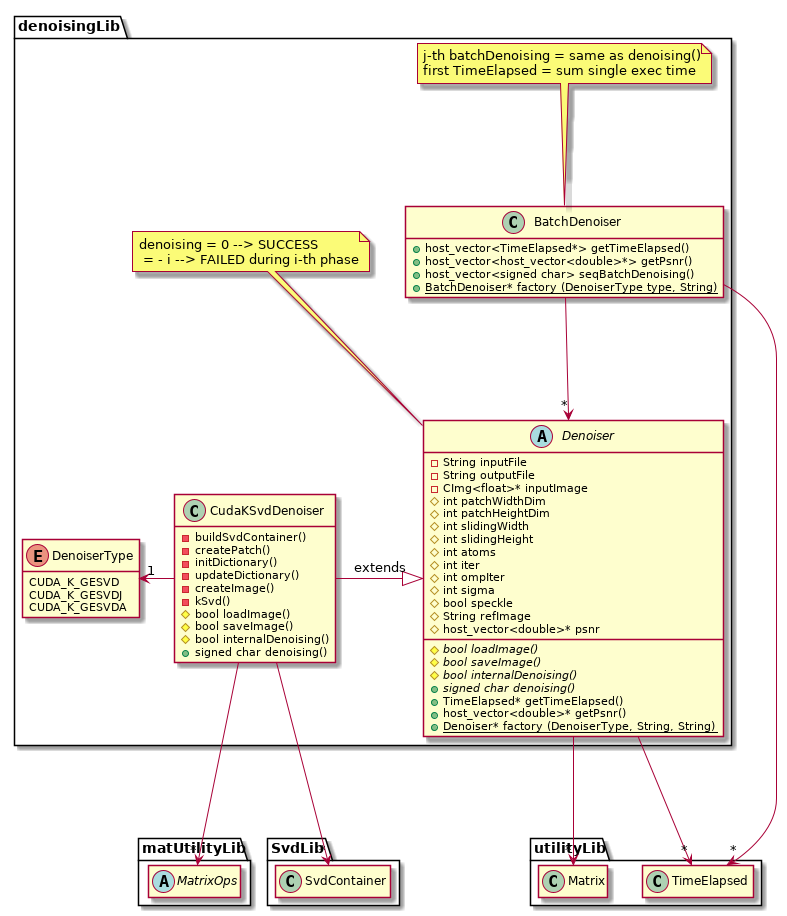
Earlier version of the PlantUML export uml/out/uml/src/DenoisingDiagram.png (newfla/CUDA-K-SVD-Denoising). Its diagram source:
```plantuml
@startuml DenoisingDiagram

package denoisingLib{

    enum DenoiserType{
            CUDA_K_GESVD
            CUDA_K_GESVDJ
            CUDA_K_GESVDA
    }

    abstract class Denoiser{
        - String inputFile
        - String outputFile
        - CImg<float>* inputImage
        # int patchWidthDim
        # int patchHeightDim
        # int slidingWidth
        # int slidingHeight
        # int atoms
        # int iter
        # int ompIter
        # int sigma
        # bool speckle
        # String refImage
        # host_vector<double>* psnr

        {abstract} # bool loadImage()
        {abstract} # bool saveImage()
        {abstract} # bool internalDenoising()
        {abstract} + signed char denoising()
        + TimeElapsed* getTimeElapsed()
        + host_vector<double>* getPsnr()
        {static} + Denoiser* factory (DenoiserType, String, String)
    }

    note top: denoising = 0 --> SUCCESS\n = - i --> FAILED during i-th phase

    class CudaKSvdDenoiser{

        - buildSvdContainer()
        - createPatch()
        - initDictionary()
        - updateDictionary()
        - createImage()
        - kSvd()

        - int blocks
        - device_vector<int>* relevantDataIndices
        - device_vector<int>* relevantDataIndicesCounter
        # bool loadImage()
        # bool saveImage()
        # bool internalDenoising()
        + signed char denoising()
    }

    class BatchDenoiser{
        + host_vector<TimeElapsed*> getTimeElapsed()
        + host_vector<host_vector<double>*> getPsnr()
        + host_vector<signed char> seqBatchDenoising()
        {static} + BatchDenoiser* factory (DenoiserType type, String)
    }

    note top: j-th batchDenoising = same as denoising()\nfirst TimeElapsed = sum single exec time


    CudaKSvdDenoiser -|> Denoiser : extends
    DenoiserType "1"<- CudaKSvdDenoiser
    BatchDenoiser --> "*" Denoiser
    hide CudaKSvdDenoiser fields
    hide BatchDenoiser fields
    hide DenoiserType methods
}

package utilityLib{
    class Matrix
    class TimeElapsed


    hide Matrix fields
    hide Matrix methods

    hide TimeElapsed fields
    hide TimeElapsed methods

}

package matUtilityLib{
    abstract class MatrixOps
    hide MatrixOps fields
    hide MatrixOps methods
}

package SvdLib{
    class SvdContainer

    hide SvdContainer fields
    hide SvdContainer methods
}

BatchDenoiser ---> "*" TimeElapsed
Denoiser ---> "*" TimeElapsed
Denoiser ---> "*" Matrix
CudaKSvdDenoiser ---> "*" MatrixOps
CudaKSvdDenoiser ---> "*" SvdContainer

@enduml
```
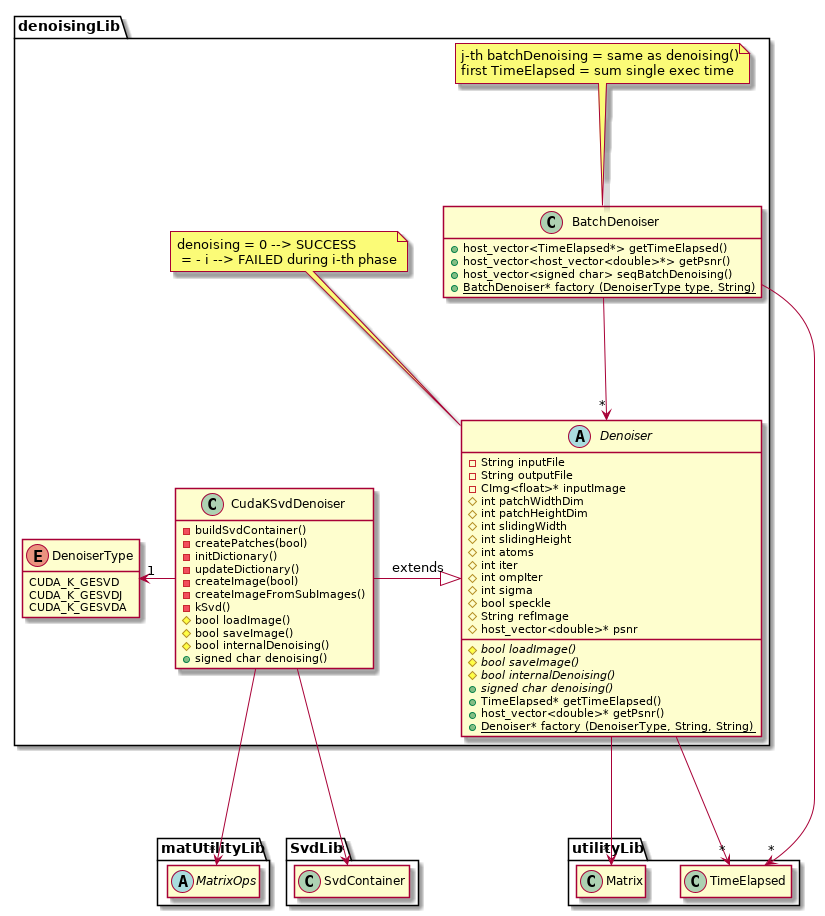
After the change.

Diff of the diagram source:
```diff
@@ -38,10 +38,11 @@
     class CudaKSvdDenoiser{
 
         - buildSvdContainer()
-        - createPatch()
+        - createPatches(bool)
         - initDictionary()
         - updateDictionary()
-        - createImage()
+        - createImage(bool)
+        - createImageFromSubImages()
         - kSvd()
 
         - int blocks
```
